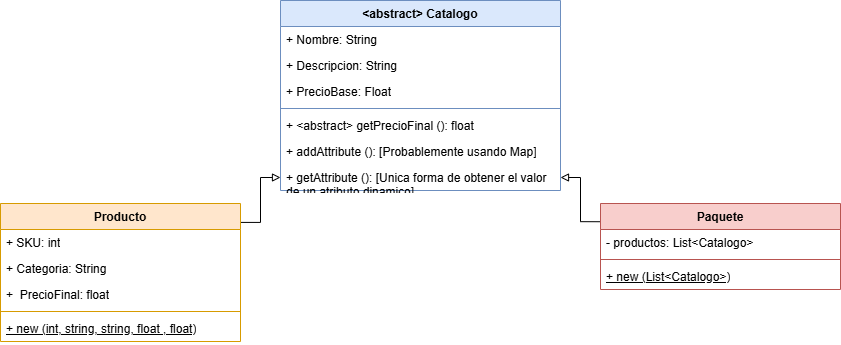
The draw.io diagram src/Catalogo/UML.png in saenzlucas/UNQShop, before a commit. Source tidied: cells renumbered, new cells last; positions are measured from the earlier drawing's top-left corner, leaving out a move shared by most shapes.
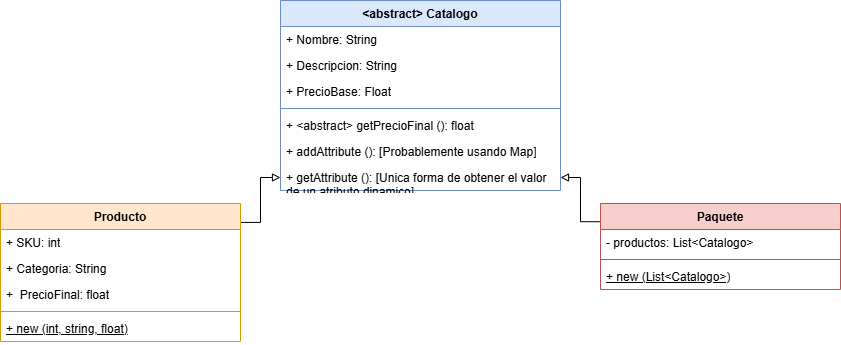
Later version of the same file.

Commit message:
Se actualiza el UML

Change to the diagram source:
```diff
@@ -20,7 +20,7 @@
     <mxCell id="7" style="line;strokeWidth=1;fillColor=none;align=left;verticalAlign=middle;spacingTop=-1;spacingLeft=3;spacingRight=3;labelPosition=right;strokeColor=inherit;" parent="3" vertex="1">
       <mxGeometry y="104" width="240" height="8" as="geometry" />
     </mxCell>
-    <mxCell id="8" value="+ new (int, string, string, float , float)" style="text;strokeColor=none;fillColor=none;align=left;verticalAlign=top;spacingLeft=4;spacingRight=4;overflow=hidden;whiteSpace=wrap;html=1;fontStyle=4;" parent="3" vertex="1">
+    <mxCell id="8" value="+ new (int, string, float)" style="text;strokeColor=none;fillColor=none;align=left;verticalAlign=top;spacingLeft=4;spacingRight=4;overflow=hidden;whiteSpace=wrap;html=1;fontStyle=4;" parent="3" vertex="1">
       <mxGeometry y="112" width="240" height="26" as="geometry" />
     </mxCell>
     <mxCell id="9" value="&amp;lt;&lt;span style=&quot;background-color: transparent; color: light-dark(rgb(0, 0, 0), rgb(255, 255, 255));&quot;&gt;abstract&amp;gt; Catalogo&lt;/span&gt;" style="swimlane;fontStyle=1;align=center;verticalAlign=top;horizontal=1;startSize=26;whiteSpace=wrap;html=1;fillColor=#dae8fc;strokeColor=#6c8ebf;" parent="1" vertex="1">
```
